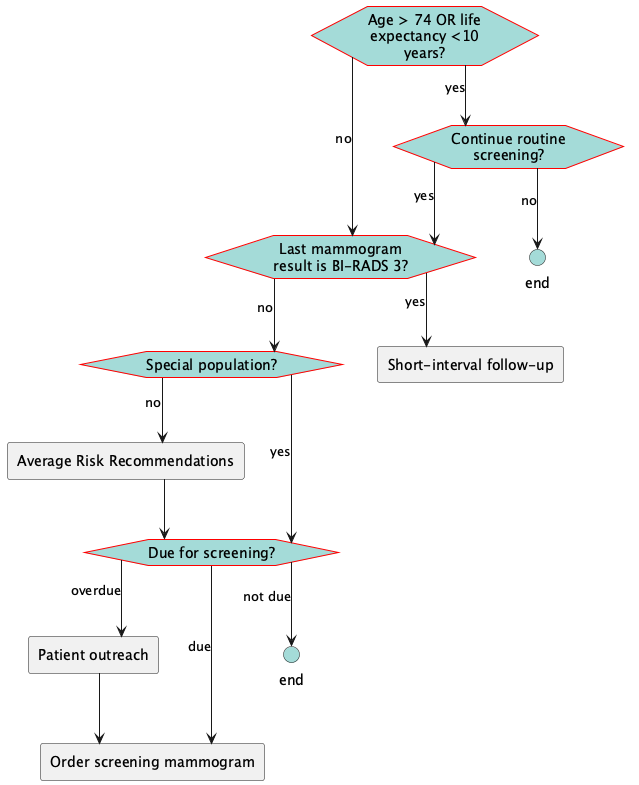
The PlantUML diagram images/flow-DecisionToScreen.png in ccsm-cds-tools/CDC-Breast-Cancer-Screening-CDS-L2, before a commit.
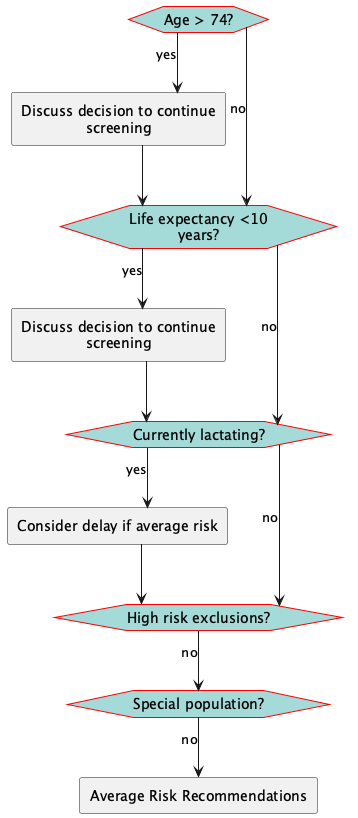
The same diagram one commit later.

Change to the diagram source:
```diff
@@ -17,28 +17,24 @@
     BackGroundColor: #A4DBD8
 }
 </style>
-hexagon "Age > 74 OR life expectancy <10 years?" as eve_AgeOver74orlifeexp10 [[#eve-AgeOver74orlifeexp10]]
-hexagon "Continue routine screening?" as eve_continuescreening [[#eve-continuescreening]]
-hexagon "Last mammogram result is BI-RADS 3?" as eve_birads3 [[#eve-birads3]]
+hexagon "Age > 74?" as eve_AgeOver74 [[#eve-AgeOver74]]
+rectangle "Discuss decision to continue screening" as act_sdmcontinueage [[#act-sdmcontinueage]]
+hexagon "Life expectancy <10 years?" as eve_LifeExp10 [[#eve-LifeExp10]]
+rectangle "Discuss decision to continue screening" as act_sdmcontinuelifexp [[#act-sdmcontinuelifexp]]
+hexagon "Currently lactating?" as eve_lactating [[#eve-lactating]]
+rectangle "Consider delay if average risk" as act_lactating [[#act-lactating]]
+hexagon "High risk exclusions?" as eve_highriskexclusions [[#eve-highriskexclusions]]
 hexagon "Special population?" as eve_specialpop [[#eve-specialpop]]
 rectangle "Average Risk Recommendations" as act_avgrisk [[#act-avgrisk]]
-hexagon "Due for screening?" as eve_due [[#eve-due]]
-rectangle "Patient outreach" as act_overdue [[#act-overdue]]
-circle "end" as end_noscreen <<end>>
-rectangle "Short-interval follow-up" as act_birads3duedate [[#act-birads3duedate]]
-rectangle "Order screening mammogram" as act_orderscreening [[#act-orderscreening]]
-circle "end" as end_notdue <<end>>
-eve_AgeOver74orlifeexp10-->eve_continuescreening: yes
-eve_continuescreening-->end_noscreen: no
-eve_continuescreening-->eve_birads3: yes
-eve_AgeOver74orlifeexp10-->eve_birads3: no
-eve_birads3-->act_birads3duedate: yes
-eve_birads3-->eve_specialpop: no
-eve_specialpop-->eve_due: yes
+eve_AgeOver74-->act_sdmcontinueage: yes
+eve_AgeOver74-->eve_LifeExp10: no
+act_sdmcontinueage-->eve_LifeExp10
+eve_LifeExp10-->act_sdmcontinuelifexp: yes
+eve_LifeExp10-->eve_lactating: no
+act_sdmcontinuelifexp-->eve_lactating
+eve_lactating-->act_lactating: yes
+eve_lactating-->eve_highriskexclusions: no
+act_lactating-->eve_highriskexclusions
+eve_highriskexclusions-->eve_specialpop: no
 eve_specialpop-->act_avgrisk: no
-act_avgrisk-->eve_due
-eve_due-->act_overdue: overdue
-act_overdue-->act_orderscreening
-eve_due-->act_orderscreening: due
-eve_due-->end_notdue: not due
 @enduml
```
